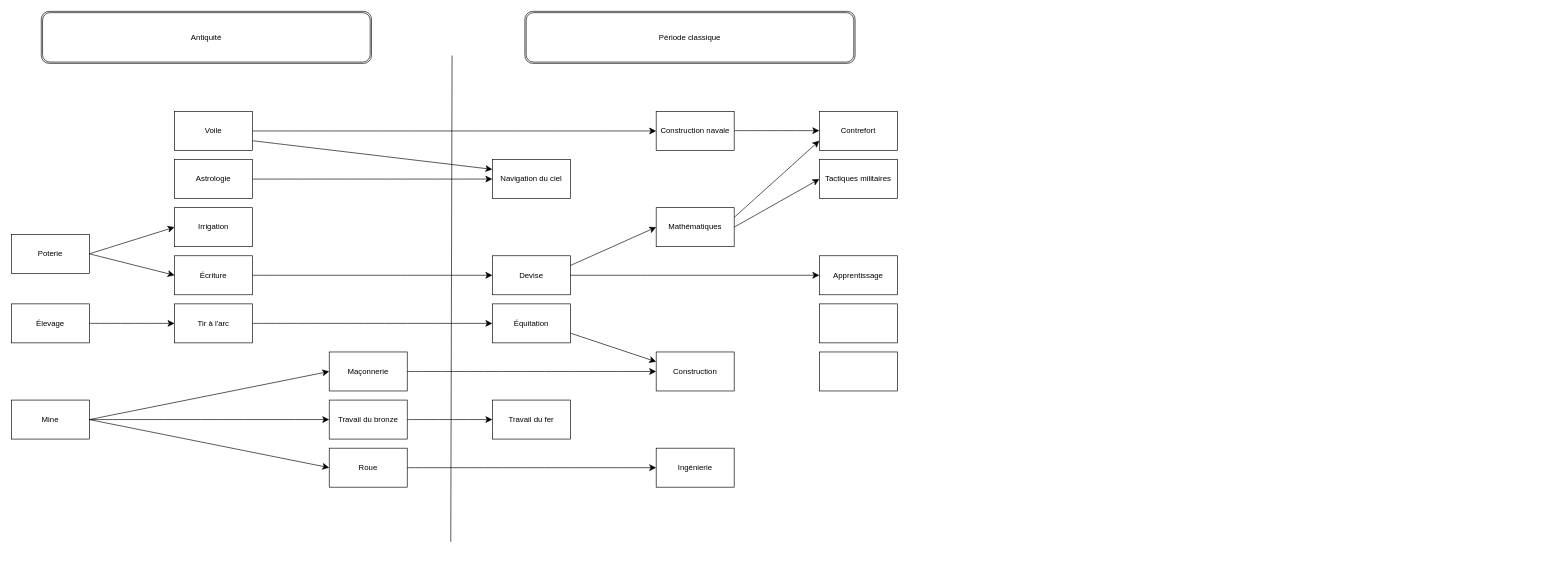
This is Tech.drawio from AlexEchaz/ARCADIA, a draw.io file, before an edit. Source tidied: cells renumbered, new cells numbered last; positions are measured from the earlier drawing's top-left corner, leaving out a move shared by most shapes. Both pictures are drawn from the tidied source at 65%, with x=0, y=0 at pixel (11, 11).
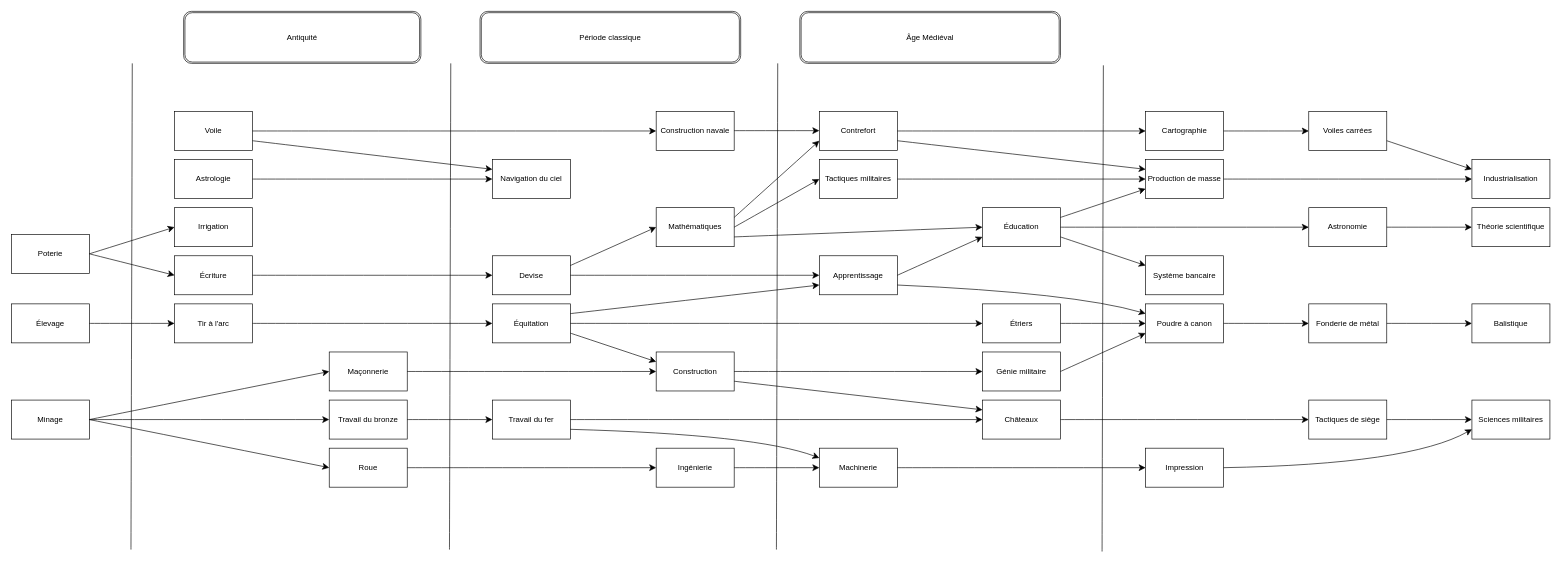
Above is the later version.

Commit message (it also covers changes not shown here):
Mettre à jour Tech.drawio

The change refers to these unchanged cells:
```xml
<mxCell id="20" value="Équitation" style="rounded=0;whiteSpace=wrap;html=1;" parent="1" vertex="1">
  <mxGeometry x="740" y="450" width="120" height="60" as="geometry" />
</mxCell>
<mxCell id="22" value="Travail du fer" style="rounded=0;whiteSpace=wrap;html=1;" parent="1" vertex="1">
  <mxGeometry x="740" y="598" width="120" height="60" as="geometry" />
</mxCell>
<mxCell id="31" value="Ingénierie" style="rounded=0;whiteSpace=wrap;html=1;" parent="1" vertex="1">
  <mxGeometry x="992" y="672" width="120" height="60" as="geometry" />
</mxCell>
<mxCell id="32" value="Mathématiques" style="rounded=0;whiteSpace=wrap;html=1;" parent="1" vertex="1">
  <mxGeometry x="992" y="302" width="120" height="60" as="geometry" />
</mxCell>
<mxCell id="33" value="Construction" style="rounded=0;whiteSpace=wrap;html=1;" parent="1" vertex="1">
  <mxGeometry x="992" y="524" width="120" height="60" as="geometry" />
</mxCell>
<mxCell id="41" value="Contrefort" style="rounded=0;whiteSpace=wrap;html=1;" parent="1" vertex="1">
  <mxGeometry x="1243" y="154" width="120" height="60" as="geometry" />
</mxCell>
<mxCell id="42" value="Tactiques militaires" style="rounded=0;whiteSpace=wrap;html=1;" parent="1" vertex="1">
  <mxGeometry x="1243" y="228" width="120" height="60" as="geometry" />
</mxCell>
<mxCell id="43" value="Apprentissage" style="rounded=0;whiteSpace=wrap;html=1;" parent="1" vertex="1">
  <mxGeometry x="1243" y="376" width="120" height="60" as="geometry" />
</mxCell>
```

Diff of the diagram source:
```diff
@@
-    <mxCell id="3" value="Mine" style="rounded=0;whiteSpace=wrap;html=1;" parent="1" vertex="1">
+    <mxCell id="3" value="Minage" style="rounded=0;whiteSpace=wrap;html=1;" parent="1" vertex="1">
       <mxGeometry y="598" width="120" height="60" as="geometry" />
     </mxCell>
@@
     <mxCell id="28" style="endArrow=none;html=1;rounded=0;fontSize=12;startSize=8;endSize=8;curved=1;" parent="1" edge="1">
       <mxGeometry relative="1" as="geometry">
-        <mxPoint x="676" y="816" as="sourcePoint" />
-        <mxPoint x="678" y="68" as="targetPoint" />
+        <mxPoint x="674" y="828" as="sourcePoint" />
+        <mxPoint x="676" y="80" as="targetPoint" />
       </mxGeometry>
     </mxCell>
     <mxCell id="29" value="Antiquité" style="shape=ext;double=1;rounded=1;whiteSpace=wrap;html=1;" parent="1" vertex="1">
-      <mxGeometry x="46" width="508" height="80" as="geometry" />
+      <mxGeometry x="265" width="365" height="80" as="geometry" />
     </mxCell>
@@
     <mxCell id="38" value="Période classique" style="shape=ext;double=1;rounded=1;whiteSpace=wrap;html=1;" parent="1" vertex="1">
-      <mxGeometry x="790" width="508" height="80" as="geometry" />
+      <mxGeometry x="721" width="401" height="80" as="geometry" />
     </mxCell>
@@
-    <mxCell id="44" style="rounded=0;whiteSpace=wrap;html=1;" parent="1" vertex="1">
-      <mxGeometry x="1243" y="450" width="120" height="60" as="geometry" />
-    </mxCell>
-    <mxCell id="45" style="rounded=0;whiteSpace=wrap;html=1;" parent="1" vertex="1">
-      <mxGeometry x="1243" y="524" width="120" height="60" as="geometry" />
-    </mxCell>
@@
+    <mxCell id="49" value="Machinerie" style="rounded=0;whiteSpace=wrap;html=1;" parent="1" vertex="1">
+      <mxGeometry x="1243" y="672" width="120" height="60" as="geometry" />
+    </mxCell>
+    <mxCell id="50" style="endArrow=classic;html=1;rounded=0;fontSize=12;startSize=8;endSize=8;curved=1;entryX=0;entryY=0.5;entryDx=0;entryDy=0;exitX=1;exitY=0.5;exitDx=0;exitDy=0;" parent="1" edge="1" source="31" target="49">
+      <mxGeometry relative="1" as="geometry" />
+    </mxCell>
+    <mxCell id="51" style="endArrow=classic;html=1;rounded=0;fontSize=12;startSize=8;endSize=8;curved=1;exitX=1;exitY=0.75;exitDx=0;exitDy=0;entryX=0;entryY=0.25;entryDx=0;entryDy=0;" parent="1" edge="1" source="22" target="49">
+      <mxGeometry relative="1" as="geometry">
+        <Array as="points">
+          <mxPoint x="1147" y="651" />
+        </Array>
+      </mxGeometry>
+    </mxCell>
+    <mxCell id="52" style="endArrow=none;html=1;rounded=0;fontSize=12;startSize=8;endSize=8;curved=1;" parent="1" edge="1">
+      <mxGeometry relative="1" as="geometry">
+        <mxPoint x="1177" y="828" as="sourcePoint" />
+        <mxPoint x="1179" y="80" as="targetPoint" />
+      </mxGeometry>
+    </mxCell>
+    <mxCell id="53" style="endArrow=none;html=1;rounded=0;fontSize=12;startSize=8;endSize=8;curved=1;" parent="1" edge="1">
+      <mxGeometry relative="1" as="geometry">
+        <mxPoint x="184" y="828" as="sourcePoint" />
+        <mxPoint x="186" y="80" as="targetPoint" />
+      </mxGeometry>
+    </mxCell>
+    <mxCell id="54" value="Châteaux" style="rounded=0;whiteSpace=wrap;html=1;" parent="1" vertex="1">
+      <mxGeometry x="1494" y="598" width="120" height="60" as="geometry" />
+    </mxCell>
+    <mxCell id="55" value="Génie militaire" style="rounded=0;whiteSpace=wrap;html=1;" parent="1" vertex="1">
+      <mxGeometry x="1494" y="524" width="120" height="60" as="geometry" />
+    </mxCell>
+    <mxCell id="56" value="Étriers" style="rounded=0;whiteSpace=wrap;html=1;" parent="1" vertex="1">
+      <mxGeometry x="1494" y="450" width="120" height="60" as="geometry" />
+    </mxCell>
+    <mxCell id="57" value="Éducation" style="rounded=0;whiteSpace=wrap;html=1;" parent="1" vertex="1">
+      <mxGeometry x="1494" y="302" width="120" height="60" as="geometry" />
+    </mxCell>
+    <mxCell id="58" style="endArrow=classic;html=1;rounded=0;fontSize=12;startSize=8;endSize=8;curved=1;entryX=0;entryY=0.5;entryDx=0;entryDy=0;exitX=1;exitY=0.75;exitDx=0;exitDy=0;" parent="1" edge="1" source="32" target="57">
+      <mxGeometry relative="1" as="geometry" />
+    </mxCell>
+    <mxCell id="59" style="endArrow=classic;html=1;rounded=0;fontSize=12;startSize=8;endSize=8;curved=1;entryX=0;entryY=0.5;entryDx=0;entryDy=0;exitX=1;exitY=0.5;exitDx=0;exitDy=0;" parent="1" edge="1" source="20" target="56">
+      <mxGeometry relative="1" as="geometry" />
+    </mxCell>
+    <mxCell id="60" style="endArrow=classic;html=1;rounded=0;fontSize=12;startSize=8;endSize=8;curved=1;entryX=0;entryY=0.75;entryDx=0;entryDy=0;exitX=1;exitY=0.25;exitDx=0;exitDy=0;" parent="1" edge="1" source="20" target="43">
+      <mxGeometry relative="1" as="geometry" />
+    </mxCell>
+    <mxCell id="61" style="endArrow=classic;html=1;rounded=0;fontSize=12;startSize=8;endSize=8;curved=1;entryX=0;entryY=0.5;entryDx=0;entryDy=0;exitX=1;exitY=0.5;exitDx=0;exitDy=0;" parent="1" edge="1" source="22" target="54">
+      <mxGeometry relative="1" as="geometry" />
+    </mxCell>
+    <mxCell id="62" style="endArrow=classic;html=1;rounded=0;fontSize=12;startSize=8;endSize=8;curved=1;entryX=0;entryY=0.25;entryDx=0;entryDy=0;exitX=1;exitY=0.75;exitDx=0;exitDy=0;" parent="1" edge="1" source="33" target="54">
+      <mxGeometry relative="1" as="geometry" />
+    </mxCell>
+    <mxCell id="63" style="endArrow=classic;html=1;rounded=0;fontSize=12;startSize=8;endSize=8;curved=1;entryX=0;entryY=0.5;entryDx=0;entryDy=0;exitX=1;exitY=0.5;exitDx=0;exitDy=0;" parent="1" edge="1" source="33" target="55">
+      <mxGeometry relative="1" as="geometry" />
+    </mxCell>
+    <mxCell id="64" style="endArrow=classic;html=1;rounded=0;fontSize=12;startSize=8;endSize=8;curved=1;entryX=0;entryY=0.75;entryDx=0;entryDy=0;exitX=1;exitY=0.5;exitDx=0;exitDy=0;" parent="1" edge="1" source="43" target="57">
+      <mxGeometry relative="1" as="geometry" />
+    </mxCell>
+    <mxCell id="65" value="Poudre à canon" style="rounded=0;whiteSpace=wrap;html=1;" parent="1" vertex="1">
+      <mxGeometry x="1745" y="450" width="120" height="60" as="geometry" />
+    </mxCell>
+    <mxCell id="66" value="Système bancaire" style="rounded=0;whiteSpace=wrap;html=1;" parent="1" vertex="1">
+      <mxGeometry x="1745" y="376" width="120" height="60" as="geometry" />
+    </mxCell>
+    <mxCell id="67" value="Production de masse" style="rounded=0;whiteSpace=wrap;html=1;" parent="1" vertex="1">
+      <mxGeometry x="1745" y="228" width="120" height="60" as="geometry" />
+    </mxCell>
+    <mxCell id="68" value="Cartographie" style="rounded=0;whiteSpace=wrap;html=1;" parent="1" vertex="1">
+      <mxGeometry x="1745" y="154" width="120" height="60" as="geometry" />
+    </mxCell>
+    <mxCell id="69" value="Impression" style="rounded=0;whiteSpace=wrap;html=1;" parent="1" vertex="1">
+      <mxGeometry x="1745" y="672" width="120" height="60" as="geometry" />
+    </mxCell>
+    <mxCell id="70" value="Âge Médiéval" style="shape=ext;double=1;rounded=1;whiteSpace=wrap;html=1;" parent="1" vertex="1">
+      <mxGeometry x="1213" width="401" height="80" as="geometry" />
+    </mxCell>
+    <mxCell id="71" style="endArrow=classic;html=1;rounded=0;fontSize=12;startSize=8;endSize=8;curved=1;entryX=0;entryY=0.5;entryDx=0;entryDy=0;exitX=1;exitY=0.5;exitDx=0;exitDy=0;" parent="1" edge="1" source="41" target="68">
+      <mxGeometry relative="1" as="geometry" />
+    </mxCell>
+    <mxCell id="72" style="endArrow=classic;html=1;rounded=0;fontSize=12;startSize=8;endSize=8;curved=1;entryX=0;entryY=0.5;entryDx=0;entryDy=0;exitX=1;exitY=0.5;exitDx=0;exitDy=0;" parent="1" edge="1" source="42" target="67">
+      <mxGeometry relative="1" as="geometry" />
+    </mxCell>
+    <mxCell id="73" style="endArrow=classic;html=1;rounded=0;fontSize=12;startSize=8;endSize=8;curved=1;entryX=0;entryY=0.25;entryDx=0;entryDy=0;exitX=1;exitY=0.75;exitDx=0;exitDy=0;" parent="1" edge="1" source="41" target="67">
+      <mxGeometry relative="1" as="geometry" />
+    </mxCell>
+    <mxCell id="74" style="endArrow=classic;html=1;rounded=0;fontSize=12;startSize=8;endSize=8;curved=1;entryX=0;entryY=0.75;entryDx=0;entryDy=0;exitX=1;exitY=0.25;exitDx=0;exitDy=0;" parent="1" edge="1" source="57" target="67">
+      <mxGeometry relative="1" as="geometry" />
+    </mxCell>
+    <mxCell id="75" style="endArrow=classic;html=1;rounded=0;fontSize=12;startSize=8;endSize=8;curved=1;exitX=1;exitY=0.75;exitDx=0;exitDy=0;entryX=0;entryY=0.25;entryDx=0;entryDy=0;" parent="1" edge="1" source="57" target="66">
+      <mxGeometry relative="1" as="geometry" />
+    </mxCell>
+    <mxCell id="76" style="endArrow=classic;html=1;rounded=0;fontSize=12;startSize=8;endSize=8;curved=1;entryX=0;entryY=0.5;entryDx=0;entryDy=0;exitX=1;exitY=0.5;exitDx=0;exitDy=0;" parent="1" edge="1" source="56" target="65">
+      <mxGeometry relative="1" as="geometry" />
+    </mxCell>
+    <mxCell id="77" style="endArrow=classic;html=1;rounded=0;fontSize=12;startSize=8;endSize=8;curved=1;entryX=0;entryY=0.75;entryDx=0;entryDy=0;exitX=1;exitY=0.5;exitDx=0;exitDy=0;" parent="1" edge="1" source="55" target="65">
+      <mxGeometry relative="1" as="geometry" />
+    </mxCell>
+    <mxCell id="78" style="endArrow=classic;html=1;rounded=0;fontSize=12;startSize=8;endSize=8;curved=1;exitX=1;exitY=0.75;exitDx=0;exitDy=0;entryX=0;entryY=0.25;entryDx=0;entryDy=0;" parent="1" edge="1" source="43" target="65">
+      <mxGeometry relative="1" as="geometry">
+        <Array as="points">
+          <mxPoint x="1634" y="433" />
+        </Array>
+      </mxGeometry>
+    </mxCell>
+    <mxCell id="79" style="endArrow=classic;html=1;rounded=0;fontSize=12;startSize=8;endSize=8;curved=1;entryX=0;entryY=0.5;entryDx=0;entryDy=0;exitX=1;exitY=0.5;exitDx=0;exitDy=0;" parent="1" edge="1" source="49" target="69">
+      <mxGeometry relative="1" as="geometry" />
+    </mxCell>
+    <mxCell id="80" style="endArrow=none;html=1;rounded=0;fontSize=12;startSize=8;endSize=8;curved=1;" parent="1" edge="1">
+      <mxGeometry relative="1" as="geometry">
+        <mxPoint x="1678" y="831" as="sourcePoint" />
+        <mxPoint x="1680" y="83" as="targetPoint" />
+      </mxGeometry>
+    </mxCell>
+    <mxCell id="81" value="Fonderie de métal" style="rounded=0;whiteSpace=wrap;html=1;" parent="1" vertex="1">
+      <mxGeometry x="1996" y="450" width="120" height="60" as="geometry" />
+    </mxCell>
+    <mxCell id="82" value="Astronomie" style="rounded=0;whiteSpace=wrap;html=1;" parent="1" vertex="1">
+      <mxGeometry x="1996" y="302" width="120" height="60" as="geometry" />
+    </mxCell>
+    <mxCell id="83" value="Tactiques de siège" style="rounded=0;whiteSpace=wrap;html=1;" parent="1" vertex="1">
+      <mxGeometry x="1996" y="598" width="120" height="60" as="geometry" />
+    </mxCell>
+    <mxCell id="84" value="Voiles carrées" style="rounded=0;whiteSpace=wrap;html=1;" parent="1" vertex="1">
+      <mxGeometry x="1996" y="154" width="120" height="60" as="geometry" />
+    </mxCell>
+    <mxCell id="85" style="endArrow=classic;html=1;rounded=0;fontSize=12;startSize=8;endSize=8;curved=1;entryX=0;entryY=0.5;entryDx=0;entryDy=0;exitX=1;exitY=0.5;exitDx=0;exitDy=0;" parent="1" edge="1" source="68" target="84">
+      <mxGeometry relative="1" as="geometry" />
+    </mxCell>
+    <mxCell id="86" style="endArrow=classic;html=1;rounded=0;fontSize=12;startSize=8;endSize=8;curved=1;exitX=1;exitY=0.5;exitDx=0;exitDy=0;entryX=0;entryY=0.5;entryDx=0;entryDy=0;" parent="1" edge="1" source="57" target="82">
+      <mxGeometry relative="1" as="geometry" />
+    </mxCell>
+    <mxCell id="87" style="endArrow=classic;html=1;rounded=0;fontSize=12;startSize=8;endSize=8;curved=1;entryX=0;entryY=0.5;entryDx=0;entryDy=0;exitX=1;exitY=0.5;exitDx=0;exitDy=0;" parent="1" edge="1" source="65" target="81">
+      <mxGeometry relative="1" as="geometry" />
+    </mxCell>
+    <mxCell id="88" style="endArrow=classic;html=1;rounded=0;fontSize=12;startSize=8;endSize=8;curved=1;entryX=0;entryY=0.5;entryDx=0;entryDy=0;exitX=1;exitY=0.5;exitDx=0;exitDy=0;" parent="1" edge="1" source="54" target="83">
+      <mxGeometry relative="1" as="geometry" />
+    </mxCell>
+    <mxCell id="89" value="Balistique" style="rounded=0;whiteSpace=wrap;html=1;" parent="1" vertex="1">
+      <mxGeometry x="2247" y="450" width="120" height="60" as="geometry" />
+    </mxCell>
+    <mxCell id="90" value="Théorie scientifique" style="rounded=0;whiteSpace=wrap;html=1;" parent="1" vertex="1">
+      <mxGeometry x="2247" y="302" width="120" height="60" as="geometry" />
+    </mxCell>
+    <mxCell id="91" value="Industrialisation" style="rounded=0;whiteSpace=wrap;html=1;" parent="1" vertex="1">
+      <mxGeometry x="2247" y="228" width="120" height="60" as="geometry" />
+    </mxCell>
+    <mxCell id="92" value="Sciences militaires" style="rounded=0;whiteSpace=wrap;html=1;" parent="1" vertex="1">
+      <mxGeometry x="2247" y="598" width="120" height="60" as="geometry" />
+    </mxCell>
+    <mxCell id="93" style="endArrow=classic;html=1;rounded=0;fontSize=12;startSize=8;endSize=8;curved=1;entryX=0;entryY=0.5;entryDx=0;entryDy=0;exitX=1;exitY=0.5;exitDx=0;exitDy=0;" parent="1" edge="1" source="67" target="91">
+      <mxGeometry relative="1" as="geometry" />
+    </mxCell>
+    <mxCell id="94" style="endArrow=classic;html=1;rounded=0;fontSize=12;startSize=8;endSize=8;curved=1;entryX=0;entryY=0.25;entryDx=0;entryDy=0;exitX=1;exitY=0.75;exitDx=0;exitDy=0;" parent="1" edge="1" source="84" target="91">
+      <mxGeometry relative="1" as="geometry" />
+    </mxCell>
+    <mxCell id="95" style="endArrow=classic;html=1;rounded=0;fontSize=12;startSize=8;endSize=8;curved=1;entryX=0;entryY=0.5;entryDx=0;entryDy=0;exitX=1;exitY=0.5;exitDx=0;exitDy=0;" parent="1" edge="1" source="82" target="90">
+      <mxGeometry relative="1" as="geometry" />
+    </mxCell>
+    <mxCell id="96" style="endArrow=classic;html=1;rounded=0;fontSize=12;startSize=8;endSize=8;curved=1;entryX=0;entryY=0.5;entryDx=0;entryDy=0;exitX=1;exitY=0.5;exitDx=0;exitDy=0;" parent="1" edge="1" source="81" target="89">
+      <mxGeometry relative="1" as="geometry" />
+    </mxCell>
+    <mxCell id="97" style="endArrow=classic;html=1;rounded=0;fontSize=12;startSize=8;endSize=8;curved=1;entryX=0;entryY=0.5;entryDx=0;entryDy=0;exitX=1;exitY=0.5;exitDx=0;exitDy=0;" parent="1" edge="1" source="83" target="92">
+      <mxGeometry relative="1" as="geometry" />
+    </mxCell>
+    <mxCell id="98" style="endArrow=classic;html=1;rounded=0;fontSize=12;startSize=8;endSize=8;curved=1;entryX=0;entryY=0.75;entryDx=0;entryDy=0;exitX=1;exitY=0.5;exitDx=0;exitDy=0;" parent="1" edge="1" source="69" target="92">
+      <mxGeometry relative="1" as="geometry">
+        <Array as="points">
+          <mxPoint x="2151" y="697" />
+        </Array>
+      </mxGeometry>
+    </mxCell>
```
